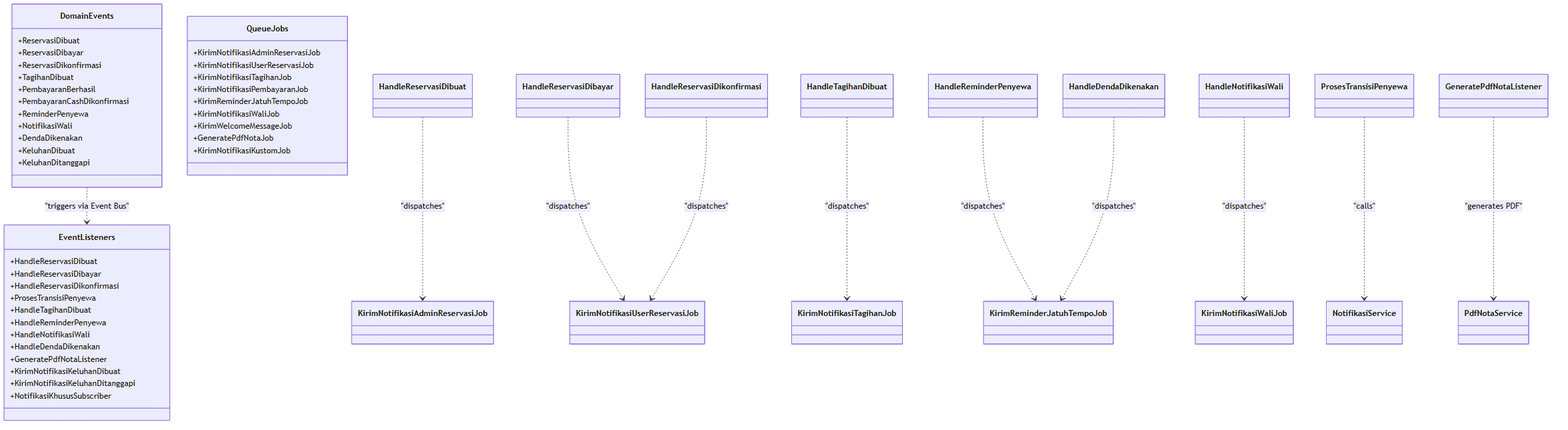
Above: Blueprint/class/class_diagram_events_queues.png in rafifarsyapradiva/asri-boarding-house (Mermaid), before the change. Its source is kept beside it as Blueprint/class/class_diagram_events_queues.mmd. Source of this version:
```mermaid
classDiagram
    direction TB
    class DomainEvents {
        +ReservasiDibuat
        +ReservasiDibayar
        +ReservasiDikonfirmasi
        +TagihanDibuat
        +PembayaranBerhasil
        +PembayaranCashDikonfirmasi
        +ReminderPenyewa
        +NotifikasiWali
        +DendaDikenakan
        +KeluhanDibuat
        +KeluhanDitanggapi
    }
    class EventListeners {
        +HandleReservasiDibuat
        +HandleReservasiDibayar
        +HandleReservasiDikonfirmasi
        +ProsesTransisiPenyewa
        +HandleTagihanDibuat
        +HandleReminderPenyewa
        +HandleNotifikasiWali
        +HandleDendaDikenakan
        +GeneratePdfNotaListener
        +KirimNotifikasiKeluhanDibuat
        +KirimNotifikasiKeluhanDitanggapi
        +NotifikasiKhususSubscriber
    }
    class QueueJobs {
        +KirimNotifikasiAdminReservasiJob
        +KirimNotifikasiUserReservasiJob
        +KirimNotifikasiTagihanJob
        +KirimNotifikasiPembayaranJob
        +KirimReminderJatuhTempoJob
        +KirimNotifikasiWaliJob
        +KirimWelcomeMessageJob
        +GeneratePdfNotaJob
        +KirimNotifikasiKustomJob
    }

    DomainEvents ..> EventListeners : "triggers via Event Bus"
    HandleReservasiDibuat ..> KirimNotifikasiAdminReservasiJob : "dispatches"
    HandleReservasiDibayar ..> KirimNotifikasiUserReservasiJob : "dispatches"
    HandleReservasiDikonfirmasi ..> KirimNotifikasiUserReservasiJob : "dispatches"
    HandleTagihanDibuat ..> KirimNotifikasiTagihanJob : "dispatches"
    HandleReminderPenyewa ..> KirimReminderJatuhTempoJob : "dispatches"
    HandleNotifikasiWali ..> KirimNotifikasiWaliJob : "dispatches"
    HandleDendaDikenakan ..> KirimReminderJatuhTempoJob : "dispatches"
    ProsesTransisiPenyewa ..> NotifikasiService : "calls"
    GeneratePdfNotaListener ..> PdfNotaService : "generates PDF"
```
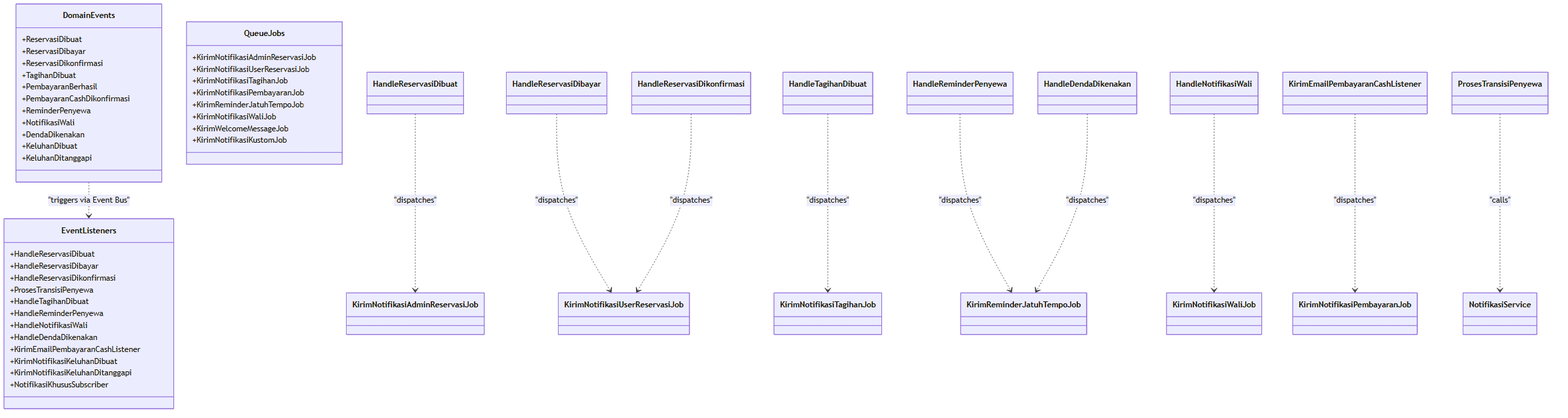
The same diagram one commit later.

Change to the diagram source:
```diff
@@ -22,7 +22,7 @@
         +HandleReminderPenyewa
         +HandleNotifikasiWali
         +HandleDendaDikenakan
-        +GeneratePdfNotaListener
+        +KirimEmailPembayaranCashListener
         +KirimNotifikasiKeluhanDibuat
         +KirimNotifikasiKeluhanDitanggapi
         +NotifikasiKhususSubscriber
@@ -35,7 +35,6 @@
         +KirimReminderJatuhTempoJob
         +KirimNotifikasiWaliJob
         +KirimWelcomeMessageJob
-        +GeneratePdfNotaJob
         +KirimNotifikasiKustomJob
     }
 
@@ -47,5 +46,5 @@
     HandleReminderPenyewa ..> KirimReminderJatuhTempoJob : "dispatches"
     HandleNotifikasiWali ..> KirimNotifikasiWaliJob : "dispatches"
     HandleDendaDikenakan ..> KirimReminderJatuhTempoJob : "dispatches"
+    KirimEmailPembayaranCashListener ..> KirimNotifikasiPembayaranJob : "dispatches"
     ProsesTransisiPenyewa ..> NotifikasiService : "calls"
-    GeneratePdfNotaListener ..> PdfNotaService : "generates PDF"
```
